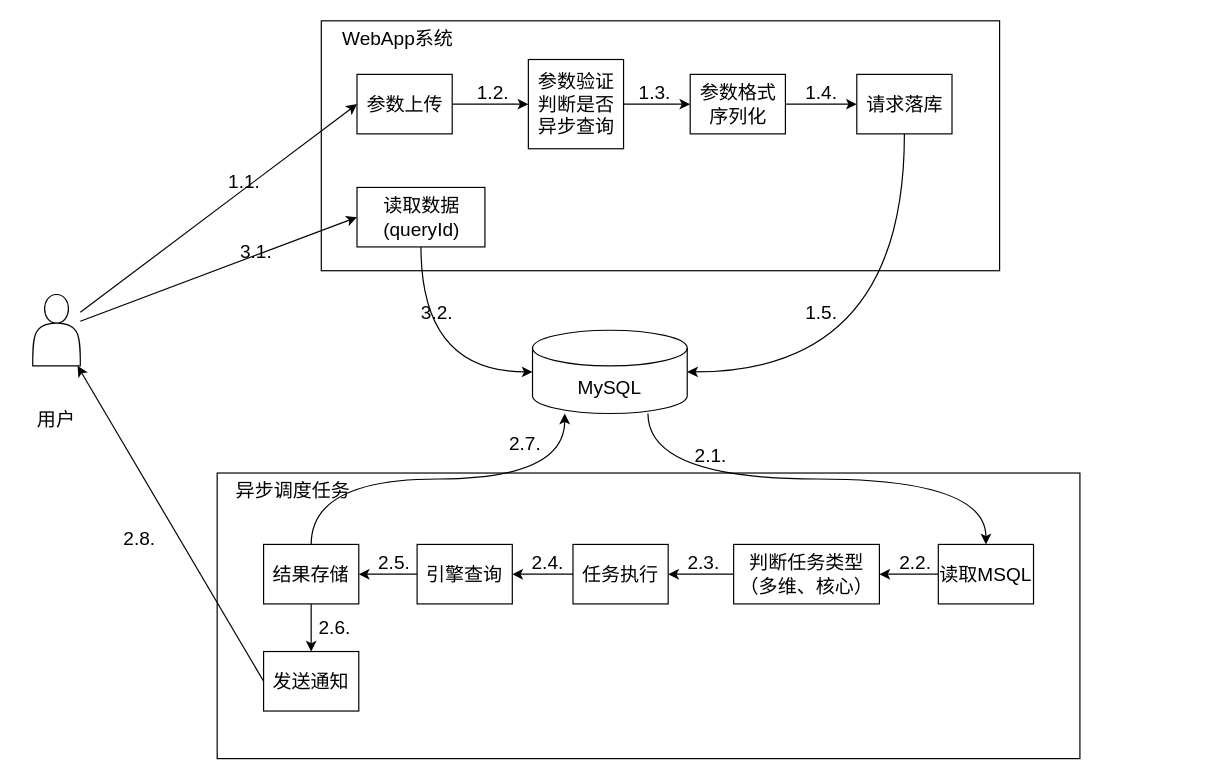
The draw.io diagram 多维分析支持高维判存.drawio in FlyThroughAir/DrawHere, before the edit. Source tidied: cells renumbered, new cells numbered last; positions are measured from the earlier drawing's top-left corner, leaving out a move shared by most shapes. Both pictures are drawn from the tidied source at 119%, with x=0, y=0 at pixel (20, 20).
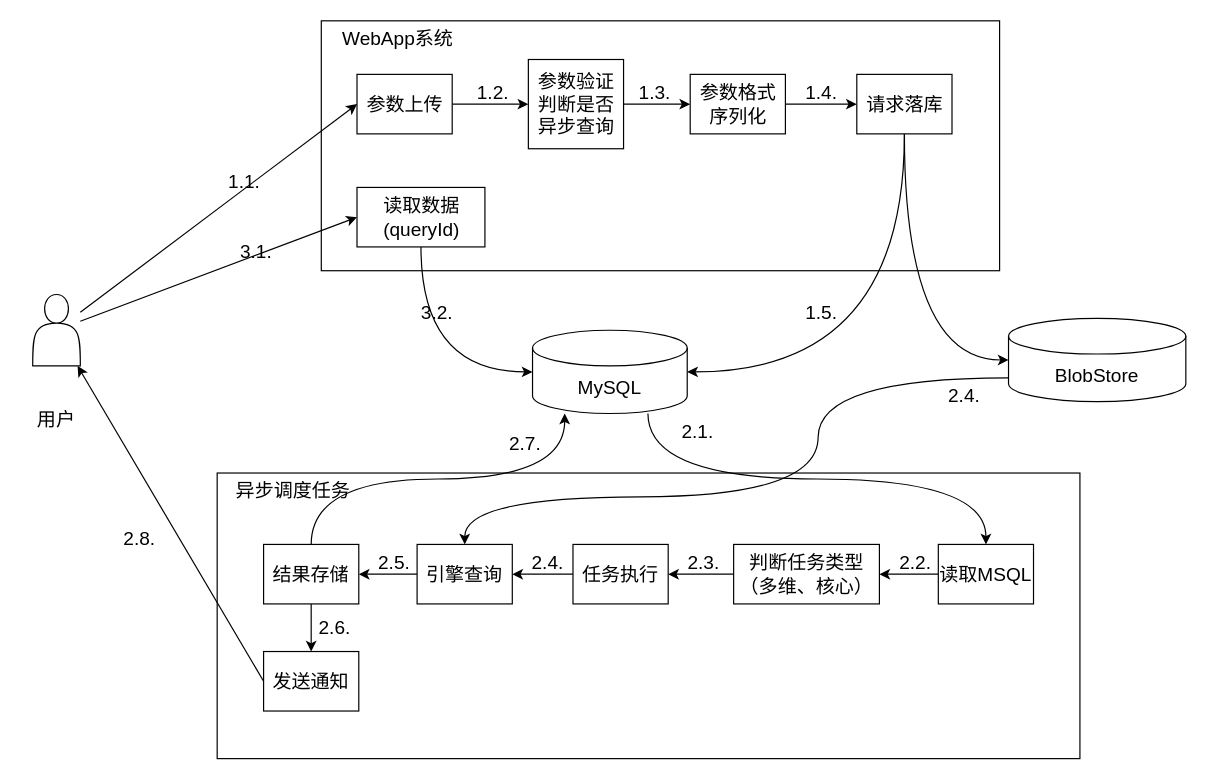
Above is the later version.

Commit message:
更新多维分析支持高维判存.drawio

The change refers to these unchanged cells:
```xml
<mxCell id="13" value="请求落库" style="rounded=0;whiteSpace=wrap;html=1;fontSize=16;" parent="1" vertex="1">
  <mxGeometry x="702.5" y="45" width="80" height="50" as="geometry" />
</mxCell>
<mxCell id="17" value="引擎查询" style="rounded=0;whiteSpace=wrap;html=1;fontSize=16;" parent="1" vertex="1">
  <mxGeometry x="333" y="440" width="80" height="50" as="geometry" />
</mxCell>
```

Diff of the diagram source:
```diff
@@
+    <mxCell id="50" style="edgeStyle=orthogonalEdgeStyle;curved=1;rounded=0;jettySize=auto;html=1;fontSize=16;entryX=0;entryY=0.5;entryDx=0;entryDy=0;entryPerimeter=0;exitX=0.5;exitY=1;exitDx=0;exitDy=0;" parent="1" edge="1" source="13" target="52">
+      <mxGeometry relative="1" as="geometry" />
+    </mxCell>
@@
     <mxCell id="37" value="2.1." style="text;html=1;strokeColor=none;fillColor=none;align=center;verticalAlign=middle;whiteSpace=wrap;rounded=0;fontSize=16;" parent="1" vertex="1">
-      <mxGeometry x="550" y="350" width="60" height="30" as="geometry" />
+      <mxGeometry x="539" y="330" width="60" height="30" as="geometry" />
     </mxCell>
@@
+    <mxCell id="51" style="edgeStyle=orthogonalEdgeStyle;curved=1;rounded=0;jettySize=auto;html=1;fontSize=16;entryX=0.5;entryY=0;entryDx=0;entryDy=0;" parent="1" edge="1" source="52" target="17">
+      <mxGeometry relative="1" as="geometry">
+        <Array as="points">
+          <mxPoint x="670" y="300" />
+          <mxPoint x="670" y="400" />
+          <mxPoint x="373" y="400" />
+        </Array>
+      </mxGeometry>
+    </mxCell>
+    <mxCell id="52" value="BlobStore" style="shape=cylinder3;whiteSpace=wrap;html=1;boundedLbl=1;backgroundOutline=1;size=15;fontSize=16;" parent="1" vertex="1">
+      <mxGeometry x="830" y="250" width="149" height="70" as="geometry" />
+    </mxCell>
+    <mxCell id="53" value="2.4." style="text;html=1;strokeColor=none;fillColor=none;align=center;verticalAlign=middle;whiteSpace=wrap;rounded=0;fontSize=16;" parent="1" vertex="1">
+      <mxGeometry x="762.5" y="300" width="60" height="30" as="geometry" />
+    </mxCell>
```
